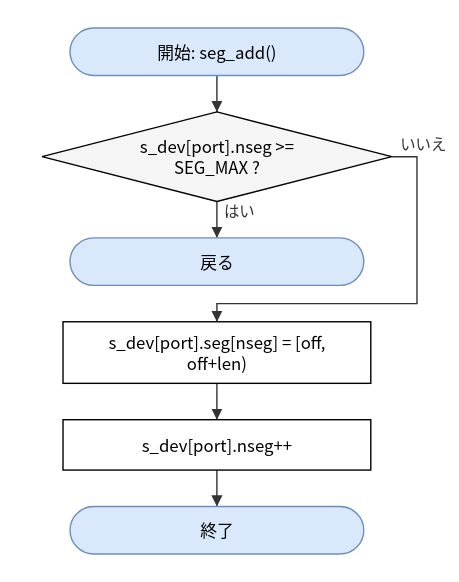
This is doc/spec/images/flow_port_linux_vfio_port_linux-seg_add.drawio.svg from hf355051012-ai/bfmem, a draw.io export, as it was before one commit. Source tidied: cells renumbered, new cells last; positions are measured from the earlier drawing's top-left corner, leaving out a move shared by most shapes.
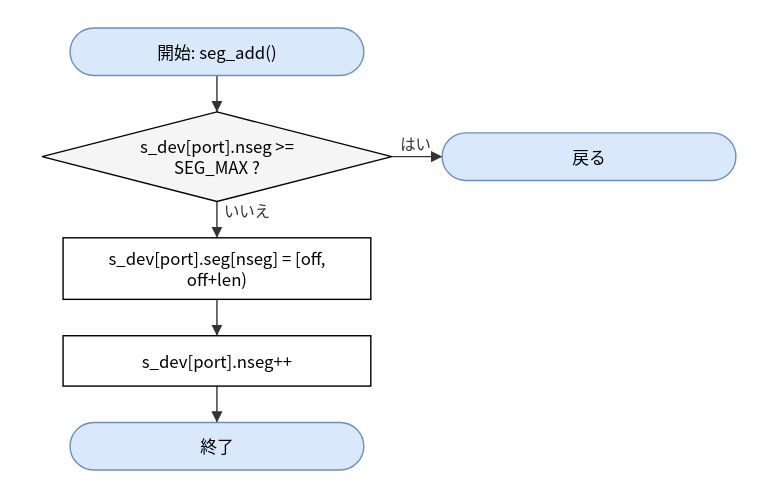
Above is the later version.

Change to the diagram source:
```diff
@@ -9,31 +9,25 @@
       <mxGeometry y="60" width="250" height="64" as="geometry" />
     </mxCell>
     <mxCell id="4" value="戻る" style="rounded=1;arcSize=50;whiteSpace=wrap;html=1;fillColor=#dae8fc;strokeColor=#6c8ebf;" parent="1" vertex="1">
-      <mxGeometry x="20" y="150" width="210" height="34" as="geometry" />
+      <mxGeometry x="286" y="75" width="210" height="34" as="geometry" />
     </mxCell>
     <mxCell id="5" value="s_dev[port].seg[nseg] = [off,&lt;br&gt;off+len)" style="rounded=0;whiteSpace=wrap;html=1;" parent="1" vertex="1">
-      <mxGeometry x="15" y="210" width="220" height="44" as="geometry" />
+      <mxGeometry x="15" y="150" width="220" height="44" as="geometry" />
     </mxCell>
     <mxCell id="6" value="s_dev[port].nseg++" style="rounded=0;whiteSpace=wrap;html=1;" parent="1" vertex="1">
-      <mxGeometry x="15" y="280" width="220" height="36" as="geometry" />
+      <mxGeometry x="15" y="220" width="220" height="36" as="geometry" />
     </mxCell>
     <mxCell id="7" value="終了" style="rounded=1;arcSize=50;whiteSpace=wrap;html=1;fillColor=#dae8fc;strokeColor=#6c8ebf;" parent="1" vertex="1">
-      <mxGeometry x="20" y="342" width="210" height="34" as="geometry" />
+      <mxGeometry x="20" y="282" width="210" height="34" as="geometry" />
     </mxCell>
     <mxCell id="8" style="edgeStyle=none;html=1;rounded=0;endArrow=block;endFill=1;exitX=0.5000;exitY=1.0000;exitDx=0;exitDy=0;exitPerimeter=0;entryX=0.5000;entryY=0.0000;entryDx=0;entryDy=0;entryPerimeter=0;" parent="1" edge="1" source="2" target="3">
       <mxGeometry relative="1" as="geometry" />
     </mxCell>
-    <mxCell id="9" value="はい" style="edgeStyle=none;html=1;rounded=0;endArrow=block;endFill=1;exitX=0.5000;exitY=1.0000;exitDx=0;exitDy=0;exitPerimeter=0;entryX=0.5000;entryY=0.0000;entryDx=0;entryDy=0;entryPerimeter=0;" parent="1" edge="1" source="3" target="4">
+    <mxCell id="9" value="はい" style="edgeStyle=none;html=1;rounded=0;endArrow=block;endFill=1;exitX=1.0000;exitY=0.5000;exitDx=0;exitDy=0;exitPerimeter=0;entryX=0.0000;entryY=0.5000;entryDx=0;entryDy=0;entryPerimeter=0;" parent="1" edge="1" source="3" target="4">
       <mxGeometry relative="1" as="geometry" />
     </mxCell>
-    <mxCell id="10" value="いいえ" style="edgeStyle=none;html=1;rounded=0;endArrow=block;endFill=1;exitX=1.0000;exitY=0.5000;exitDx=0;exitDy=0;exitPerimeter=0;entryX=0.5000;entryY=0.0000;entryDx=0;entryDy=0;entryPerimeter=0;" parent="1" edge="1" source="3" target="5">
-      <mxGeometry relative="1" as="geometry">
-        <Array as="points">
-          <mxPoint x="268" y="92" />
-          <mxPoint x="268" y="197" />
-          <mxPoint x="125" y="197" />
-        </Array>
-      </mxGeometry>
+    <mxCell id="10" value="いいえ" style="edgeStyle=none;html=1;rounded=0;endArrow=block;endFill=1;exitX=0.5000;exitY=1.0000;exitDx=0;exitDy=0;exitPerimeter=0;entryX=0.5000;entryY=0.0000;entryDx=0;entryDy=0;entryPerimeter=0;" parent="1" edge="1" source="3" target="5">
+      <mxGeometry relative="1" as="geometry" />
     </mxCell>
     <mxCell id="11" style="edgeStyle=none;html=1;rounded=0;endArrow=block;endFill=1;exitX=0.5000;exitY=1.0000;exitDx=0;exitDy=0;exitPerimeter=0;entryX=0.5000;entryY=0.0000;entryDx=0;entryDy=0;entryPerimeter=0;" parent="1" edge="1" source="5" target="6">
       <mxGeometry relative="1" as="geometry" />
```
